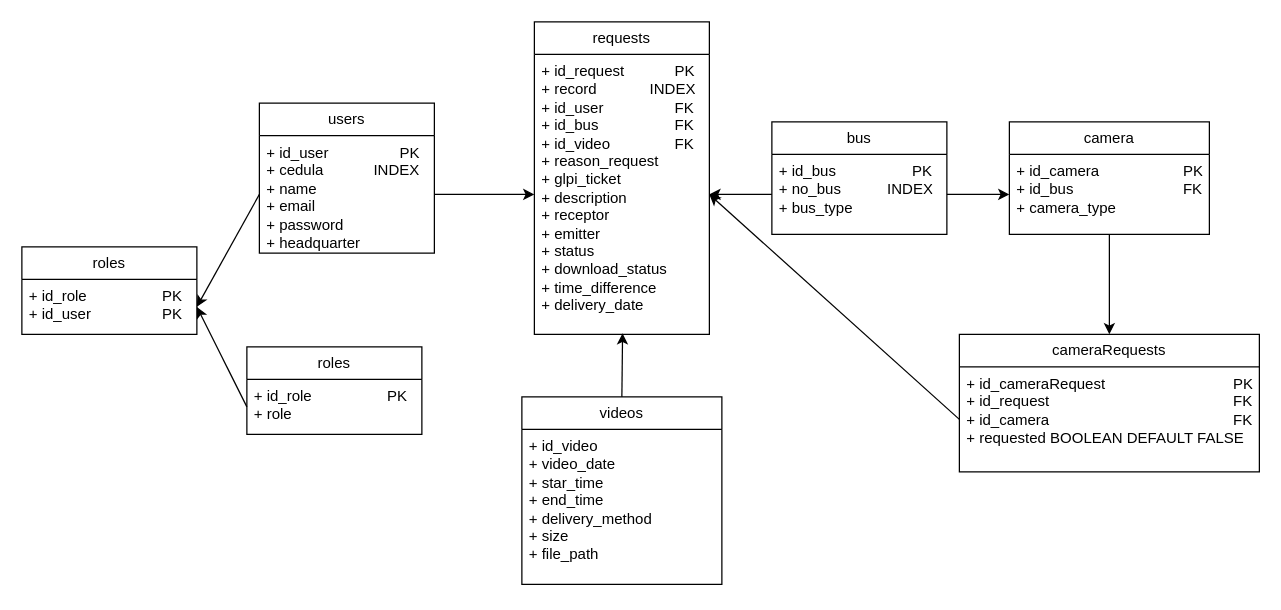
Above: page "Página-1" (1 of 2) of src/VideoGestionR.drawio in ZeB-ZuA/VideoGestion (draw.io), before the change. Source tidied: cells renumbered, new cells numbered last; positions are measured from the earlier drawing's top-left corner, leaving out a move shared by most shapes. Both pictures are drawn from the tidied source at 125%, with x=0, y=0 at pixel (21, 21).
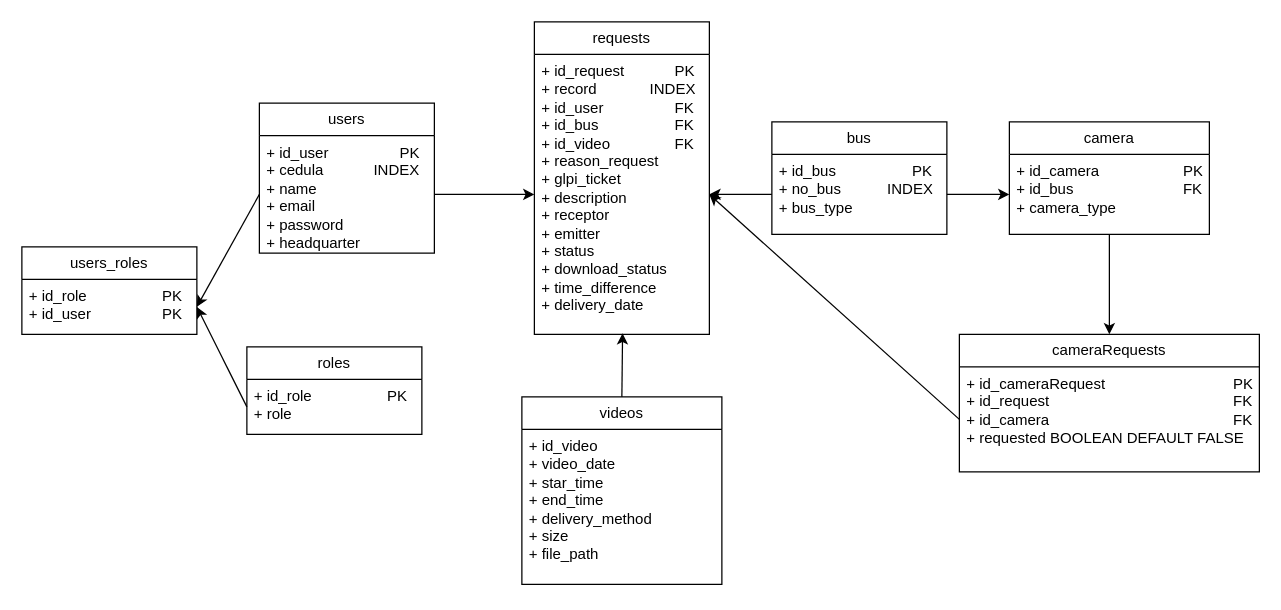
Above is the later version.

Commit message (it also covers changes not shown here):
entities  => Bus, Camera, CameraRequest, Video; Enums=>CamerasTypes, BusTypes

Diff of the diagram source:
```diff
@@
-    <mxCell id="22" value="roles" style="swimlane;fontStyle=0;horizontal=1;startSize=26;fillColor=none;whiteSpace=wrap;html=1;" parent="1" vertex="1">
+    <mxCell id="22" value="users_roles" style="swimlane;fontStyle=0;horizontal=1;startSize=26;fillColor=none;whiteSpace=wrap;html=1;" parent="1" vertex="1">
       <mxGeometry y="180" width="140" height="70" as="geometry" />
     </mxCell>
```
